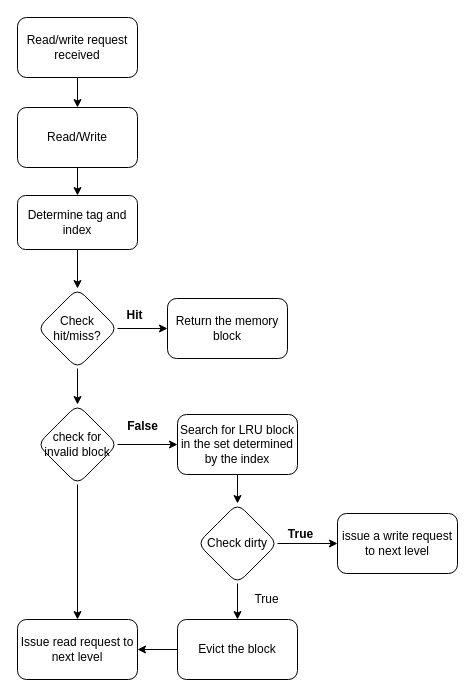
Before: cache simulation flowchart.drawio in heyyprateek/draw.io, a draw.io diagram. Source tidied: cells renumbered, new cells numbered last; positions are measured from the earlier drawing's top-left corner, leaving out a move shared by most shapes. Both pictures are drawn from the tidied source at 100%, with x=0, y=0 at pixel (17, 17).
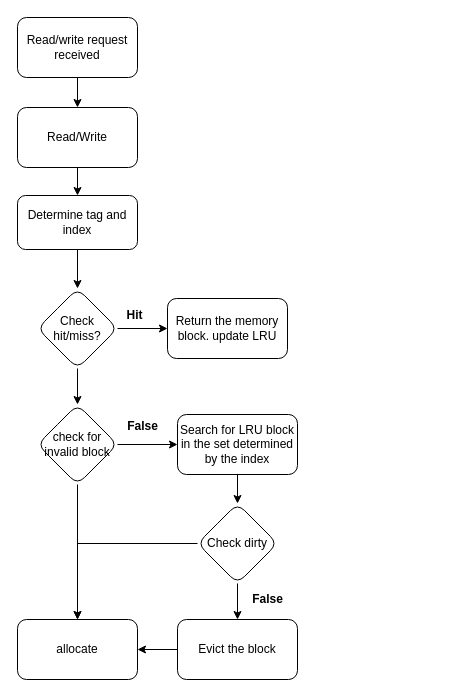
The same page after the edit.

The change refers to these unchanged cells:
```xml
<mxCell id="21" value="Check dirty" style="rhombus;whiteSpace=wrap;html=1;rounded=1;" parent="1" vertex="1">
  <mxGeometry x="180" y="486" width="80" height="80" as="geometry" />
</mxCell>
```

The edit, as a diff of the source:
```diff
@@
-    <mxCell id="9" value="Return the memory block" style="whiteSpace=wrap;html=1;rounded=1;" parent="1" vertex="1">
+    <mxCell id="9" value="Return the memory block. update LRU" style="whiteSpace=wrap;html=1;rounded=1;" parent="1" vertex="1">
       <mxGeometry x="150" y="281" width="120" height="60" as="geometry" />
     </mxCell>
@@
-    <mxCell id="20" style="edgeStyle=orthogonalEdgeStyle;rounded=0;jettySize=auto;html=1;" parent="1" edge="1" source="21" target="24">
-      <mxGeometry relative="1" as="geometry" />
-    </mxCell>
+    <mxCell id="28" style="edgeStyle=orthogonalEdgeStyle;rounded=0;jettySize=auto;html=1;exitX=0;exitY=0.5;exitDx=0;exitDy=0;" parent="1" edge="1" source="21" target="27">
+      <mxGeometry relative="1" as="geometry" />
+    </mxCell>
@@
-    <mxCell id="24" value="issue a write request to next level" style="whiteSpace=wrap;html=1;rounded=1;" parent="1" vertex="1">
-      <mxGeometry x="320" y="496" width="120" height="60" as="geometry" />
-    </mxCell>
-    <mxCell id="25" value="True" style="text;html=1;align=center;verticalAlign=middle;strokeColor=none;fillColor=none;" parent="1" vertex="1">
-      <mxGeometry x="228" y="569" width="42" height="26" as="geometry" />
+    <mxCell id="25" value="&lt;b&gt;False&lt;/b&gt;" style="text;html=1;align=center;verticalAlign=middle;strokeColor=none;fillColor=none;" parent="1" vertex="1">
+      <mxGeometry x="225" y="569" width="49" height="26" as="geometry" />
     </mxCell>
-    <mxCell id="26" value="&lt;b&gt;True&lt;/b&gt;" style="text;html=1;align=center;verticalAlign=middle;strokeColor=none;fillColor=none;" parent="1" vertex="1">
-      <mxGeometry x="261" y="504" width="43" height="26" as="geometry" />
-    </mxCell>
-    <mxCell id="27" value="Issue read request to next level" style="whiteSpace=wrap;html=1;rounded=1;" parent="1" vertex="1">
+    <mxCell id="27" value="allocate" style="whiteSpace=wrap;html=1;rounded=1;" parent="1" vertex="1">
       <mxGeometry y="602" width="120" height="60" as="geometry" />
     </mxCell>
```
